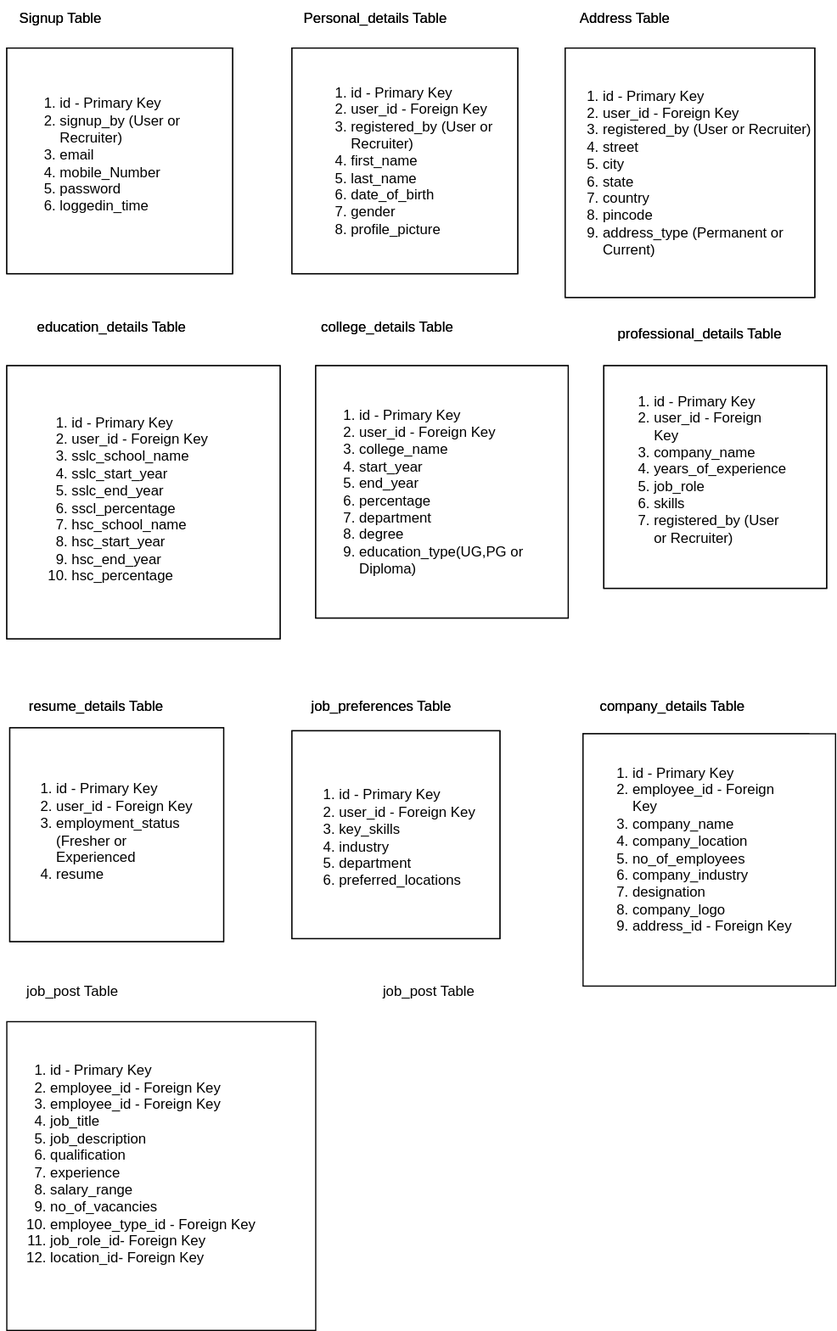
Earlier version of the draw.io export fieldmaping.drawio.svg (JobPortal006/backend). Source tidied: cells renumbered, new cells last; positions are measured from the earlier drawing's top-left corner, leaving out a move shared by most shapes.
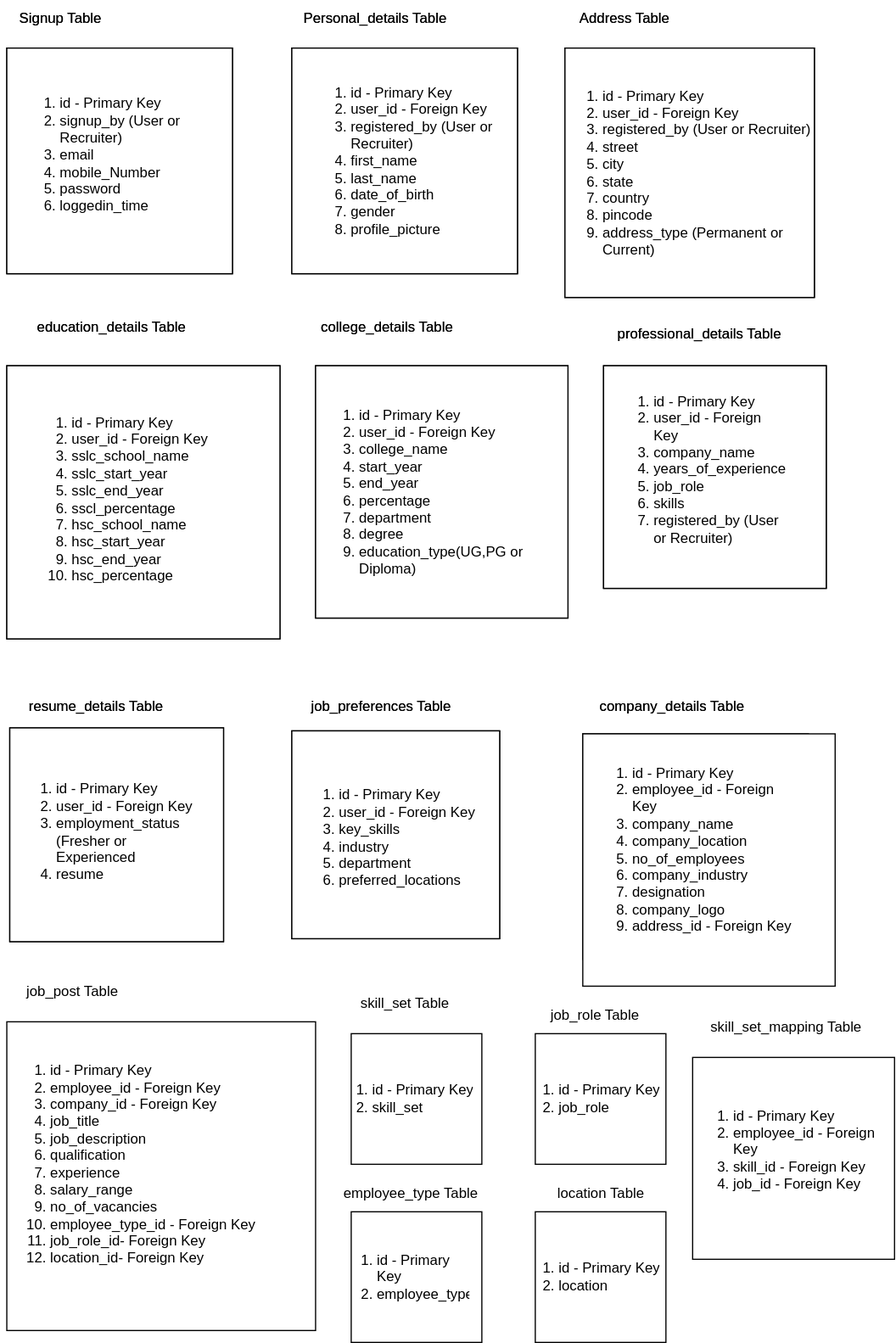
Later version of the same file.

The edit, as a diff of the source:
```diff
@@ -170,11 +170,53 @@
     <mxCell id="57" style="whiteSpace=wrap;html=1;" parent="1" vertex="1">
       <mxGeometry x="5" y="860" width="260" height="260" as="geometry" />
     </mxCell>
-    <mxCell id="58" value="&lt;ol&gt;&lt;li&gt;id - Primary Key&lt;/li&gt;&lt;li&gt;employee_id - Foreign Key&lt;/li&gt;&lt;li&gt;employee_id - Foreign Key&lt;/li&gt;&lt;li&gt;job_title&lt;br&gt;&lt;/li&gt;&lt;li&gt;job_description&lt;br&gt;&lt;/li&gt;&lt;li&gt;qualification&lt;br&gt;&lt;/li&gt;&lt;li&gt;experience&lt;br&gt;&lt;/li&gt;&lt;li&gt;salary_range&lt;/li&gt;&lt;li&gt;no_of_vacancies&lt;br&gt;&lt;/li&gt;&lt;li&gt;employee_type_id - Foreign Key&lt;br&gt;&lt;/li&gt;&lt;li&gt;job_role_id- Foreign Key&lt;/li&gt;&lt;li&gt;location_id- Foreign Key&lt;/li&gt;&lt;/ol&gt;" style="text;strokeColor=none;fillColor=none;html=1;whiteSpace=wrap;verticalAlign=middle;overflow=hidden;" parent="1" vertex="1">
+    <mxCell id="58" value="&lt;ol&gt;&lt;li&gt;id - Primary Key&lt;/li&gt;&lt;li&gt;employee_id - Foreign Key&lt;/li&gt;&lt;li&gt;company_id - Foreign Key&lt;/li&gt;&lt;li&gt;job_title&lt;br&gt;&lt;/li&gt;&lt;li&gt;job_description&lt;br&gt;&lt;/li&gt;&lt;li&gt;qualification&lt;br&gt;&lt;/li&gt;&lt;li&gt;experience&lt;br&gt;&lt;/li&gt;&lt;li&gt;salary_range&lt;/li&gt;&lt;li&gt;no_of_vacancies&lt;br&gt;&lt;/li&gt;&lt;li&gt;employee_type_id - Foreign Key&lt;br&gt;&lt;/li&gt;&lt;li&gt;job_role_id- Foreign Key&lt;/li&gt;&lt;li&gt;location_id- Foreign Key&lt;/li&gt;&lt;/ol&gt;" style="text;strokeColor=none;fillColor=none;html=1;whiteSpace=wrap;verticalAlign=middle;overflow=hidden;" parent="1" vertex="1">
       <mxGeometry y="850" width="260" height="260" as="geometry" />
     </mxCell>
-    <mxCell id="59" value="job_post Table" style="text;html=1;align=center;verticalAlign=middle;strokeColor=none;fillColor=none;" parent="1" vertex="1">
-      <mxGeometry x="310" y="820" width="100" height="30" as="geometry" />
+    <mxCell id="59" value="skill_set Table" style="text;html=1;align=center;verticalAlign=middle;strokeColor=none;fillColor=none;" parent="1" vertex="1">
+      <mxGeometry x="290" y="830" width="100" height="30" as="geometry" />
     </mxCell>
+    <mxCell id="60" style="whiteSpace=wrap;html=1;" parent="1" vertex="1">
+      <mxGeometry x="295" y="870" width="110" height="110" as="geometry" />
+    </mxCell>
+    <mxCell id="61" value="&lt;ol&gt;&lt;li&gt;id - Primary Key&lt;/li&gt;&lt;li&gt;skill_set&lt;/li&gt;&lt;/ol&gt;" style="text;strokeColor=none;fillColor=none;html=1;whiteSpace=wrap;verticalAlign=middle;overflow=hidden;" parent="1" vertex="1">
+      <mxGeometry x="271.2" y="880" width="132.5" height="90" as="geometry" />
+    </mxCell>
+    <mxCell id="62" value="employee_type Table" style="text;html=1;align=center;verticalAlign=middle;strokeColor=none;fillColor=none;" parent="1" vertex="1">
+      <mxGeometry x="275" y="990" width="140" height="30" as="geometry" />
+    </mxCell>
+    <mxCell id="63" style="whiteSpace=wrap;html=1;" parent="1" vertex="1">
+      <mxGeometry x="295" y="1020" width="110" height="110" as="geometry" />
+    </mxCell>
+    <mxCell id="64" value="&lt;ol&gt;&lt;li&gt;id - Primary Key&lt;/li&gt;&lt;li&gt;employee_type&lt;/li&gt;&lt;/ol&gt;" style="text;strokeColor=none;fillColor=none;html=1;whiteSpace=wrap;verticalAlign=middle;overflow=hidden;" parent="1" vertex="1">
+      <mxGeometry x="275" y="1030" width="120" height="90" as="geometry" />
+    </mxCell>
+    <mxCell id="65" value="job_role Table" style="text;html=1;align=center;verticalAlign=middle;strokeColor=none;fillColor=none;" parent="1" vertex="1">
+      <mxGeometry x="450" y="840" width="100" height="30" as="geometry" />
+    </mxCell>
+    <mxCell id="66" style="whiteSpace=wrap;html=1;" parent="1" vertex="1">
+      <mxGeometry x="450" y="870" width="110" height="110" as="geometry" />
+    </mxCell>
+    <mxCell id="67" style="whiteSpace=wrap;html=1;" parent="1" vertex="1">
+      <mxGeometry x="450" y="1020" width="110" height="110" as="geometry" />
+    </mxCell>
+    <mxCell id="68" value="location Table" style="text;html=1;align=center;verticalAlign=middle;strokeColor=none;fillColor=none;" parent="1" vertex="1">
+      <mxGeometry x="455" y="990" width="100" height="30" as="geometry" />
+    </mxCell>
+    <mxCell id="69" value="&lt;ol&gt;&lt;li&gt;id - Primary Key&lt;/li&gt;&lt;li&gt;location&lt;/li&gt;&lt;/ol&gt;" style="text;strokeColor=none;fillColor=none;html=1;whiteSpace=wrap;verticalAlign=middle;overflow=hidden;" parent="1" vertex="1">
+      <mxGeometry x="427.5" y="1030" width="132.5" height="90" as="geometry" />
+    </mxCell>
+    <mxCell id="70" value="&lt;ol&gt;&lt;li&gt;id - Primary Key&lt;/li&gt;&lt;li&gt;job_role&lt;/li&gt;&lt;/ol&gt;" style="text;strokeColor=none;fillColor=none;html=1;whiteSpace=wrap;verticalAlign=middle;overflow=hidden;" parent="1" vertex="1">
+      <mxGeometry x="427.5" y="880" width="132.5" height="90" as="geometry" />
+    </mxCell>
+    <mxCell id="71" value="skill_set_mapping Table" style="text;html=1;align=center;verticalAlign=middle;strokeColor=none;fillColor=none;" parent="1" vertex="1">
+      <mxGeometry x="586.2" y="850" width="150" height="30" as="geometry" />
+    </mxCell>
+    <mxCell id="72" style="whiteSpace=wrap;html=1;" parent="1" vertex="1">
+      <mxGeometry x="582.5" y="890" width="170" height="170" as="geometry" />
+    </mxCell>
+    <mxCell id="73" value="&lt;ol&gt;&lt;li&gt;id - Primary Key&lt;/li&gt;&lt;li&gt;employee_id - Foreign Key&lt;/li&gt;&lt;li&gt;skill_id - Foreign Key&lt;/li&gt;&lt;li&gt;job_id - Foreign Key&lt;/li&gt;&lt;/ol&gt;" style="text;strokeColor=none;fillColor=none;html=1;whiteSpace=wrap;verticalAlign=middle;overflow=hidden;" parent="1" vertex="1">
+      <mxGeometry x="575" y="875" width="172.5" height="185" as="geometry" />
+    </mxCell>
   </root>
 </mxGraphModel>
```
